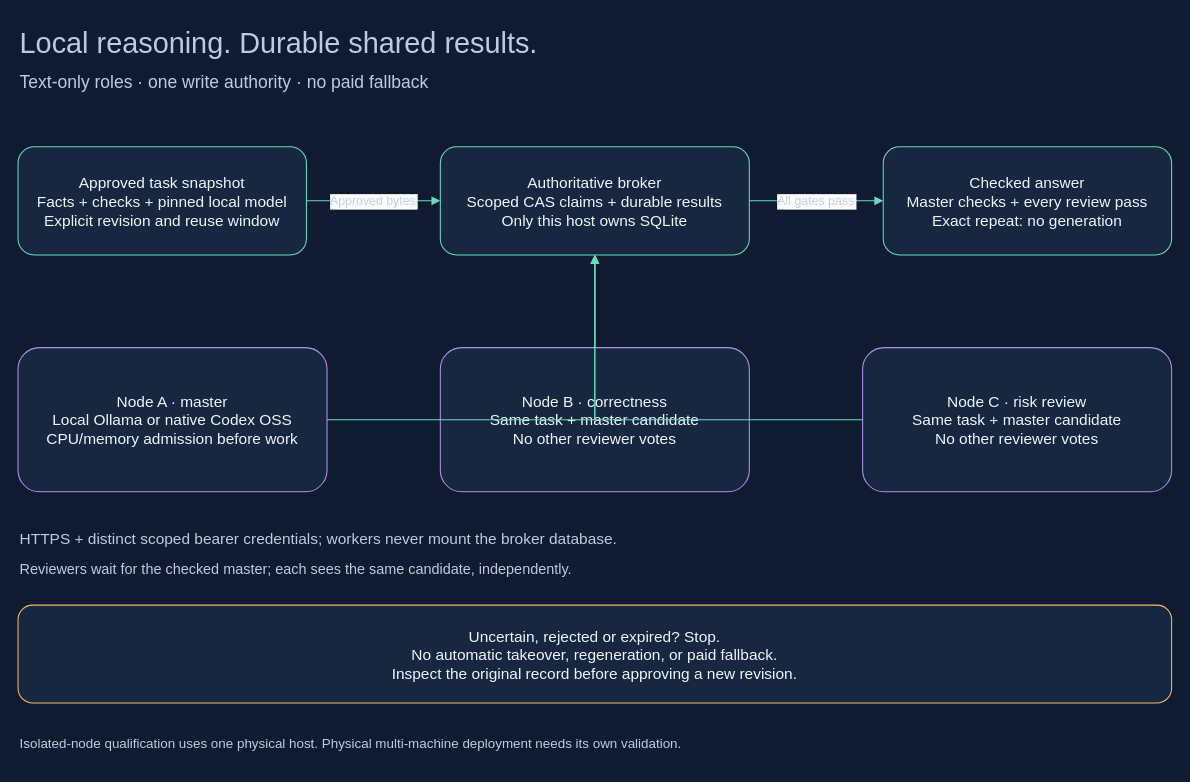
This is docs/diagrams/local-agent-teams.drawio from spfuzzylink/questlock, a draw.io file, before an edit. Source tidied: cells renumbered, new cells numbered last; positions are measured from the earlier drawing's top-left corner, leaving out a move shared by most shapes. Both pictures are drawn from the tidied source at 103%, with x=0, y=0 at pixel (18, 18).
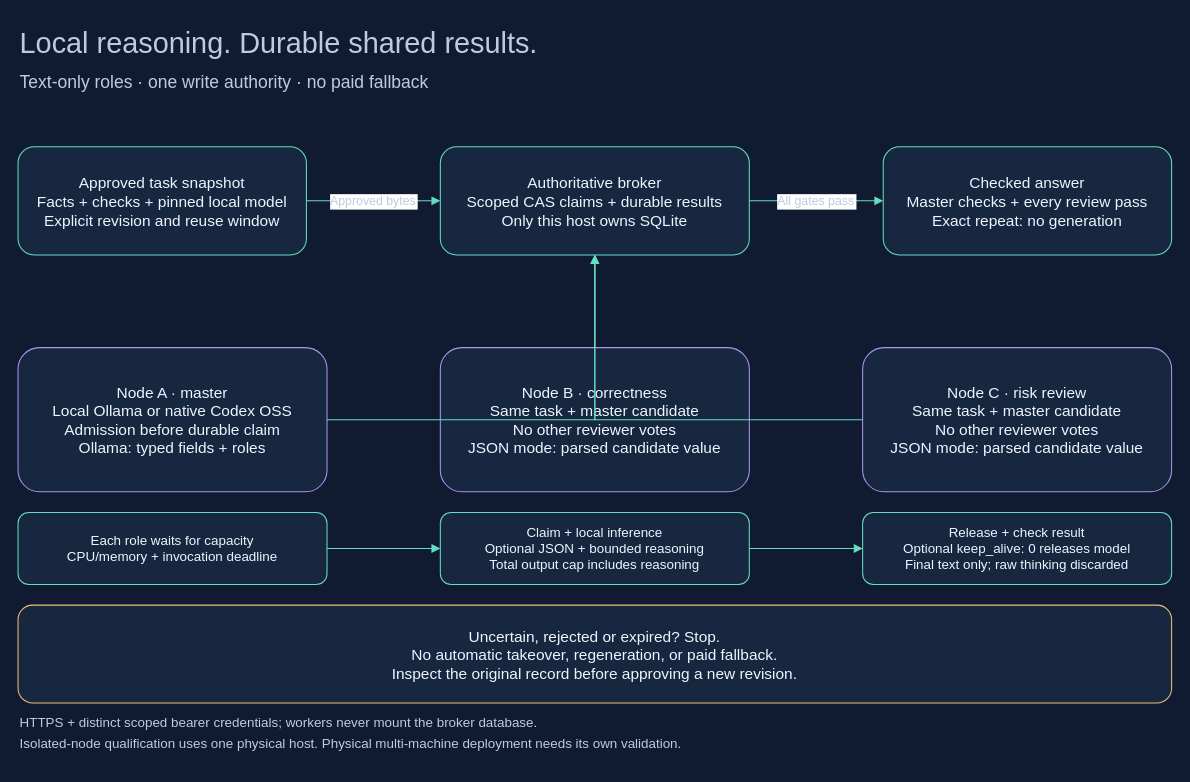
The same page after the edit.

Change to the diagram source:
```diff
@@
-    <mxCell id="5" value="Node A · master&#10;Local Ollama or native Codex OSS&#10;CPU/memory admission before work" style="rounded=1;whiteSpace=wrap;html=0;fillColor=#172740;fontColor=#eff5ff;strokeColor=#ab95ef;fontSize=15;" parent="1" vertex="1">
+    <mxCell id="5" value="Node A · master&#10;Local Ollama or native Codex OSS&#10;Admission before durable claim&#10;Ollama: typed fields + roles" style="rounded=1;whiteSpace=wrap;html=0;fillColor=#172740;fontColor=#eff5ff;strokeColor=#ab95ef;fontSize=15;" parent="1" vertex="1">
       <mxGeometry y="320" width="300" height="140" as="geometry" />
     </mxCell>
-    <mxCell id="6" value="Node B · correctness&#10;Same task + master candidate&#10;No other reviewer votes" style="rounded=1;whiteSpace=wrap;html=0;fillColor=#172740;fontColor=#eff5ff;strokeColor=#ab95ef;fontSize=15;" parent="1" vertex="1">
+    <mxCell id="6" value="Node B · correctness&#10;Same task + master candidate&#10;No other reviewer votes&#10;JSON mode: parsed candidate value" style="rounded=1;whiteSpace=wrap;html=0;fillColor=#172740;fontColor=#eff5ff;strokeColor=#ab95ef;fontSize=15;" parent="1" vertex="1">
       <mxGeometry x="410" y="320" width="300" height="140" as="geometry" />
     </mxCell>
-    <mxCell id="7" value="Node C · risk review&#10;Same task + master candidate&#10;No other reviewer votes" style="rounded=1;whiteSpace=wrap;html=0;fillColor=#172740;fontColor=#eff5ff;strokeColor=#ab95ef;fontSize=15;" parent="1" vertex="1">
+    <mxCell id="7" value="Node C · risk review&#10;Same task + master candidate&#10;No other reviewer votes&#10;JSON mode: parsed candidate value" style="rounded=1;whiteSpace=wrap;html=0;fillColor=#172740;fontColor=#eff5ff;strokeColor=#ab95ef;fontSize=15;" parent="1" vertex="1">
       <mxGeometry x="820" y="320" width="300" height="140" as="geometry" />
     </mxCell>
@@
+    <mxCell id="19" value="Each role waits for capacity&#10;CPU/memory + invocation deadline" style="rounded=1;whiteSpace=wrap;html=0;fillColor=#172740;fontColor=#eff5ff;strokeColor=#64ddc0;fontSize=13;" parent="1" vertex="1">
+      <mxGeometry y="480" width="300" height="70" as="geometry" />
+    </mxCell>
+    <mxCell id="20" value="Claim + local inference&#10;Optional JSON + bounded reasoning&#10;Total output cap includes reasoning" style="rounded=1;whiteSpace=wrap;html=0;fillColor=#172740;fontColor=#eff5ff;strokeColor=#64ddc0;fontSize=13;" parent="1" vertex="1">
+      <mxGeometry x="410" y="480" width="300" height="70" as="geometry" />
+    </mxCell>
+    <mxCell id="21" value="Release + check result&#10;Optional keep_alive: 0 releases model&#10;Final text only; raw thinking discarded" style="rounded=1;whiteSpace=wrap;html=0;fillColor=#172740;fontColor=#eff5ff;strokeColor=#64ddc0;fontSize=13;" parent="1" vertex="1">
+      <mxGeometry x="820" y="480" width="300" height="70" as="geometry" />
+    </mxCell>
+    <mxCell id="22" style="edgeStyle=orthogonalEdgeStyle;rounded=0;html=0;endArrow=block;strokeColor=#64ddc0;" parent="1" edge="1" source="19" target="20">
+      <mxGeometry relative="1" as="geometry" />
+    </mxCell>
+    <mxCell id="23" style="edgeStyle=orthogonalEdgeStyle;rounded=0;html=0;endArrow=block;strokeColor=#64ddc0;" parent="1" edge="1" source="20" target="21">
+      <mxGeometry relative="1" as="geometry" />
+    </mxCell>
@@
-    <mxCell id="16" value="HTTPS + distinct scoped bearer credentials; workers never mount the broker database." style="text;html=0;strokeColor=none;fillColor=none;fontColor=#bdcbe0;fontSize=15;" parent="1" vertex="1">
-      <mxGeometry y="490" width="1120" height="35" as="geometry" />
+    <mxCell id="16" value="HTTPS + distinct scoped bearer credentials; workers never mount the broker database." style="text;html=0;strokeColor=none;fillColor=none;fontColor=#bdcbe0;fontSize=13;" parent="1" vertex="1">
+      <mxGeometry y="670" width="1120" height="25" as="geometry" />
     </mxCell>
-    <mxCell id="17" value="Reviewers wait for the checked master; each sees the same candidate, independently." style="text;html=0;strokeColor=none;fillColor=none;fontColor=#bdcbe0;fontSize=14;" parent="1" vertex="1">
-      <mxGeometry y="520" width="1120" height="35" as="geometry" />
-    </mxCell>
```
